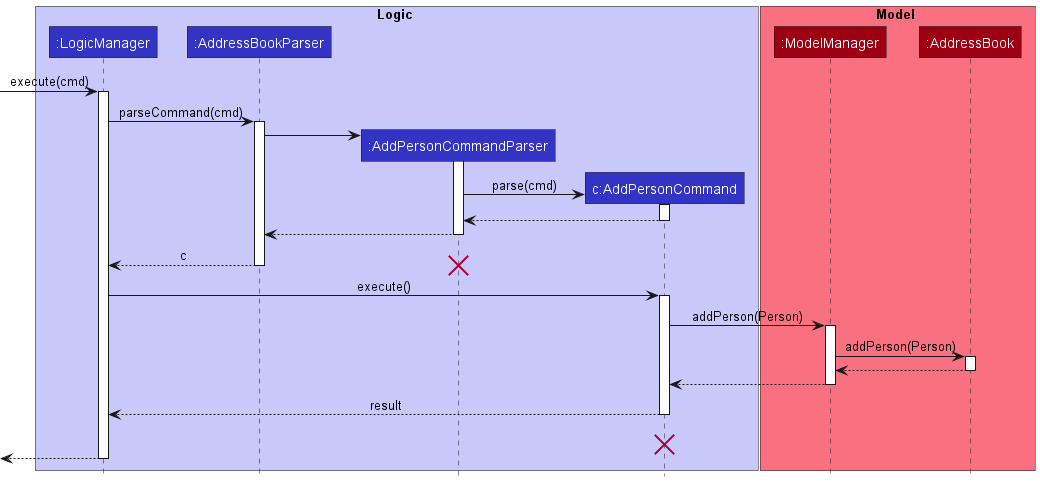
Above: docs/images/AddPersonSequenceDiagram.png in nus-cs2103-AY2223S1/tp (PlantUML), before the change. The source it was exported from:
```plantuml
@startuml
!include style.puml

box Logic LOGIC_COLOR_T1
participant ":LogicManager" as LogicManager LOGIC_COLOR
participant ":AddressBookParser" as AddressBookParser LOGIC_COLOR
participant ":AddPersonCommandParser" as AddPersonCommandParser LOGIC_COLOR
participant "c:AddPersonCommand" as AddPersonCommand LOGIC_COLOR
end box

box Model MODEL_COLOR_T1
participant ":ModelManager" as ModelManager MODEL_COLOR
participant ":AddressBook" as AddressBook MODEL_COLOR
end box

[-> LogicManager : execute(cmd)
activate LogicManager

LogicManager -> AddressBookParser : parseCommand(cmd)
activate AddressBookParser

create AddPersonCommandParser
AddressBookParser -> AddPersonCommandParser
activate AddPersonCommandParser

create AddPersonCommand
AddPersonCommandParser -> AddPersonCommand : parse(cmd)
activate AddPersonCommand

AddPersonCommand --> AddPersonCommandParser
deactivate AddPersonCommand

AddPersonCommandParser --> AddressBookParser
deactivate AddPersonCommandParser

AddressBookParser --> LogicManager : c
deactivate AddressBookParser
destroy AddPersonCommandParser

LogicManager -> AddPersonCommand : execute()
activate AddPersonCommand

AddPersonCommand -> ModelManager : addPerson(Person)
activate ModelManager

ModelManager -> AddressBook : addPerson(Person)
activate AddressBook

AddressBook --> ModelManager :
deactivate AddressBook

ModelManager --> AddPersonCommand :
deactivate ModelManager

AddPersonCommand --> LogicManager : result
deactivate AddPersonCommand
AddPersonCommand -[hidden]-> LogicManager : result
destroy AddPersonCommand

[<--LogicManager
deactivate LogicManager
@enduml
```
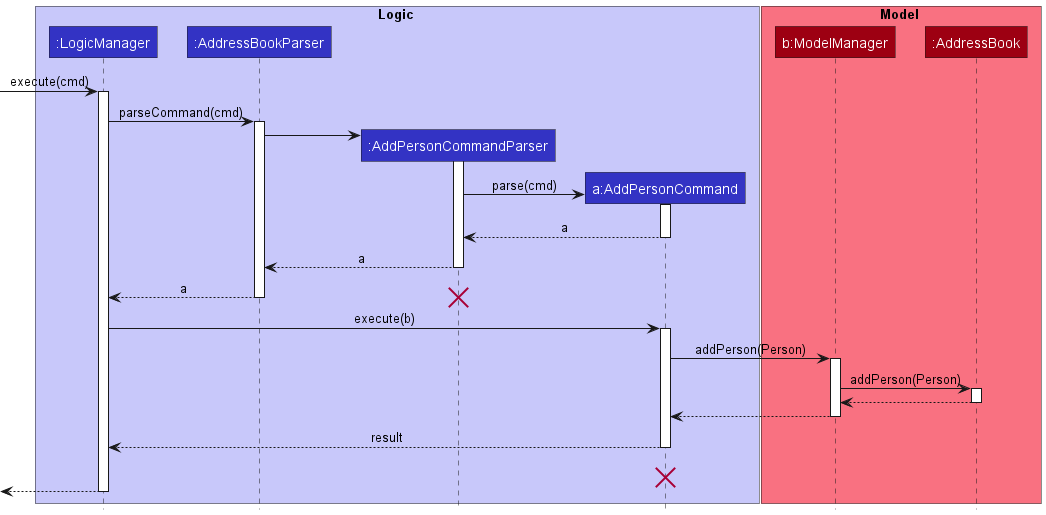
After the change.

The edit, as a diff of the source:
```diff
@@ -5,11 +5,11 @@
 participant ":LogicManager" as LogicManager LOGIC_COLOR
 participant ":AddressBookParser" as AddressBookParser LOGIC_COLOR
 participant ":AddPersonCommandParser" as AddPersonCommandParser LOGIC_COLOR
-participant "c:AddPersonCommand" as AddPersonCommand LOGIC_COLOR
+participant "a:AddPersonCommand" as AddPersonCommand LOGIC_COLOR
 end box
 
 box Model MODEL_COLOR_T1
-participant ":ModelManager" as ModelManager MODEL_COLOR
+participant "b:ModelManager" as ModelManager MODEL_COLOR
 participant ":AddressBook" as AddressBook MODEL_COLOR
 end box
 
@@ -27,17 +27,17 @@
 AddPersonCommandParser -> AddPersonCommand : parse(cmd)
 activate AddPersonCommand
 
-AddPersonCommand --> AddPersonCommandParser
+AddPersonCommand --> AddPersonCommandParser : a
 deactivate AddPersonCommand
 
-AddPersonCommandParser --> AddressBookParser
+AddPersonCommandParser --> AddressBookParser : a
 deactivate AddPersonCommandParser
 
-AddressBookParser --> LogicManager : c
+AddressBookParser --> LogicManager : a
 deactivate AddressBookParser
 destroy AddPersonCommandParser
 
-LogicManager -> AddPersonCommand : execute()
+LogicManager -> AddPersonCommand : execute(b)
 activate AddPersonCommand
 
 AddPersonCommand -> ModelManager : addPerson(Person)
```
